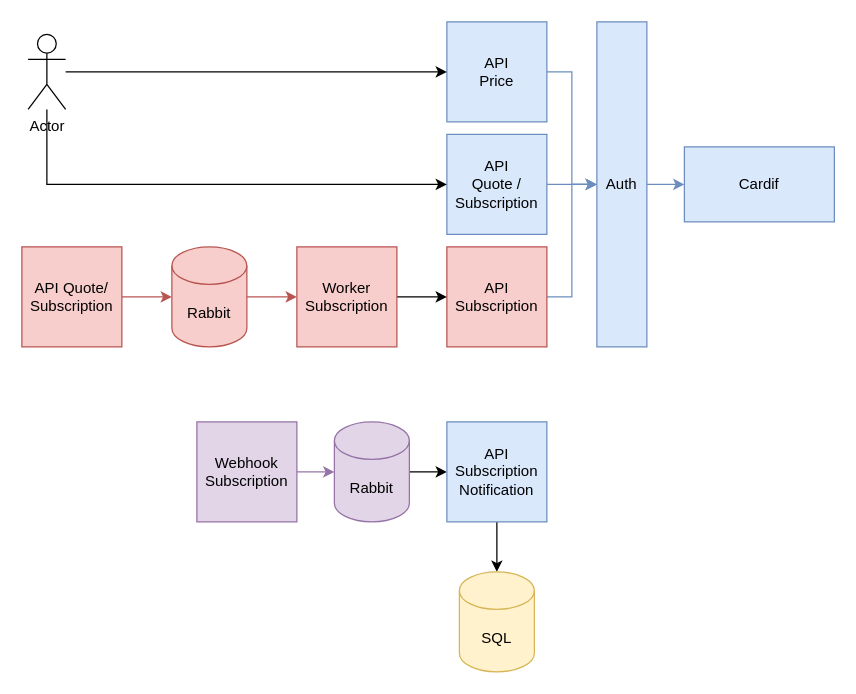
Earlier version of the draw.io diagram Untitled Diagram.drawio (fiewski/draw). Source tidied: cells renumbered, new cells numbered last; positions are measured from the earlier drawing's top-left corner, leaving out a move shared by most shapes. Both pictures are drawn from the tidied source at 125%, with x=0, y=0 at pixel (21, 21).
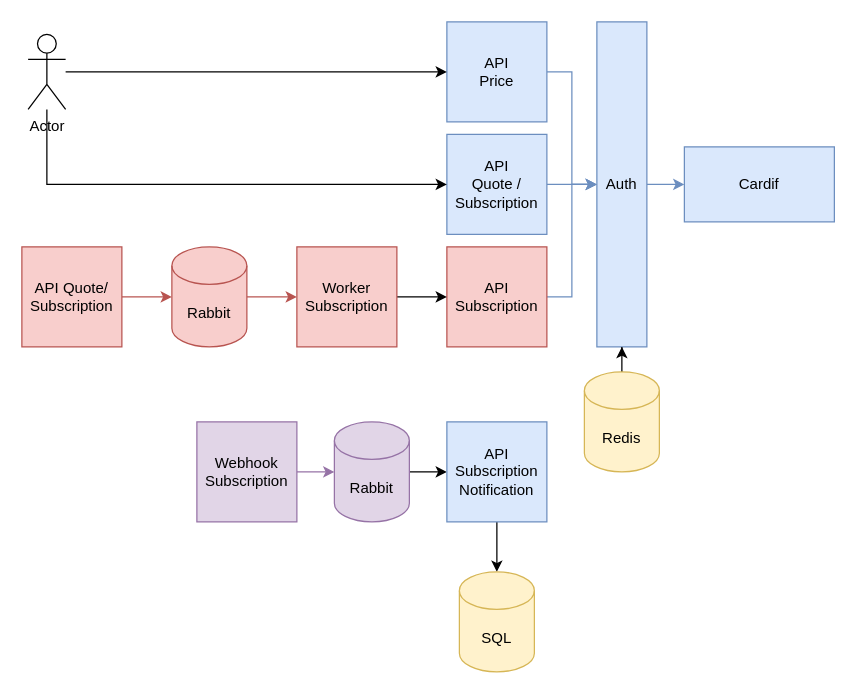
The same page after the edit.

The change refers to these unchanged cells:
```xml
<mxCell id="3" value="Auth" style="rounded=0;whiteSpace=wrap;html=1;fillColor=#dae8fc;strokeColor=#6c8ebf;" parent="1" vertex="1">
  <mxGeometry x="460" width="40" height="260" as="geometry" />
</mxCell>
```

Change to the diagram source:
```diff
@@
+    <mxCell id="27" style="edgeStyle=orthogonalEdgeStyle;rounded=0;jettySize=auto;html=1;" parent="1" edge="1" source="28" target="3">
+      <mxGeometry relative="1" as="geometry" />
+    </mxCell>
+    <mxCell id="28" value="Redis" style="shape=cylinder3;whiteSpace=wrap;html=1;boundedLbl=1;backgroundOutline=1;size=15;fillColor=#fff2cc;strokeColor=#d6b656;" parent="1" vertex="1">
+      <mxGeometry x="450" y="280" width="60" height="80" as="geometry" />
+    </mxCell>
```
